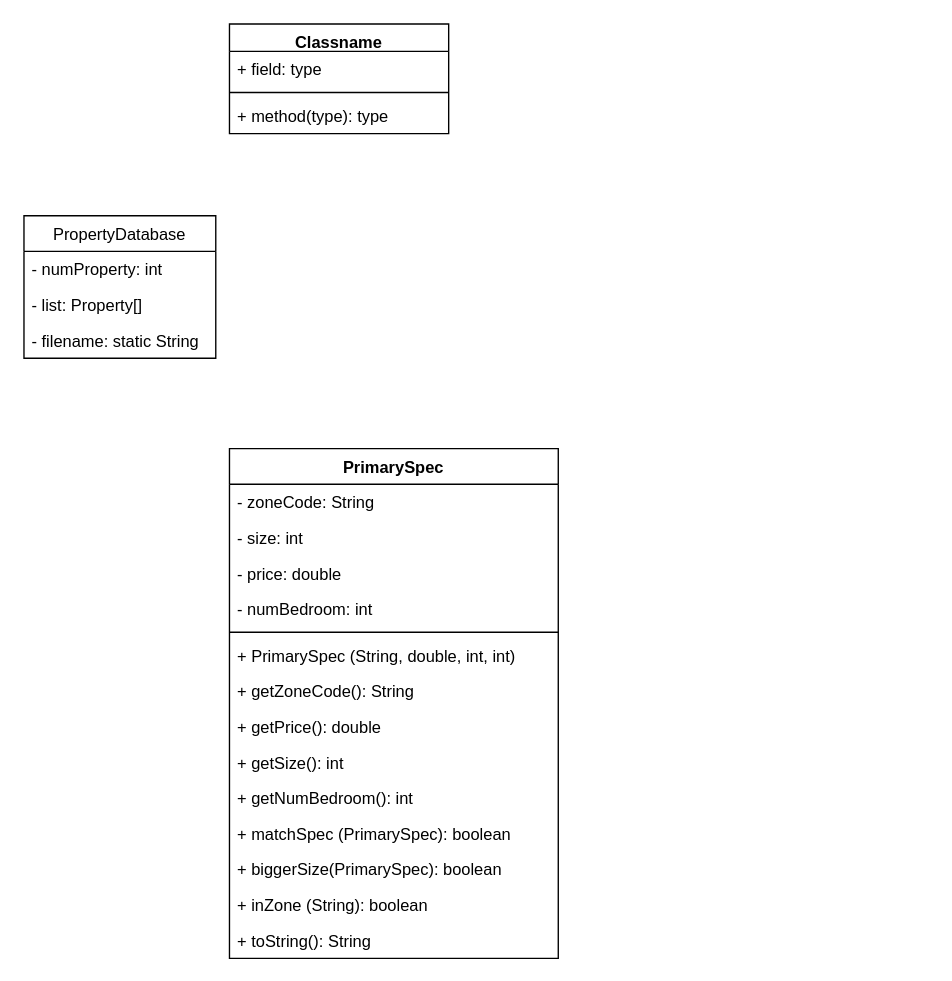
This is OOP/RealtyDatabase/RealtyDatabase.drawio from wang-owen/ICS4U, a draw.io file, before an edit. Source tidied: cells renumbered, new cells numbered last; positions are measured from the earlier drawing's top-left corner, leaving out a move shared by most shapes. Both pictures are drawn from the tidied source at 137%, with x=0, y=0 at pixel (23, 23).
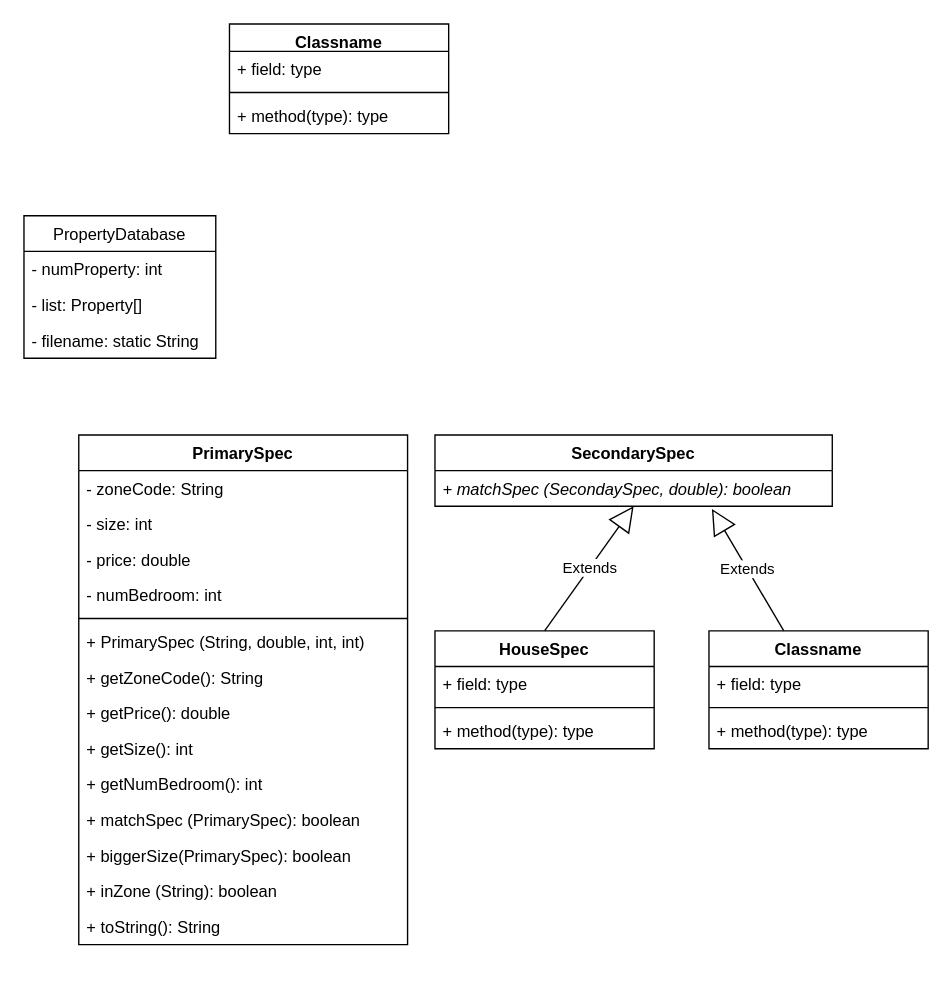
The same page after the edit.

Diff of the diagram source:
```diff
@@
     <mxCell id="2" value="PrimarySpec" style="swimlane;fontStyle=1;align=center;verticalAlign=top;horizontal=1;startSize=26;" parent="1" vertex="1">
-      <mxGeometry x="150" y="310" width="240" height="372" as="geometry" />
+      <mxGeometry x="40" y="300" width="240" height="372" as="geometry" />
     </mxCell>
@@
+    <mxCell id="25" value="SecondarySpec" style="swimlane;fontStyle=1;align=center;verticalAlign=top;horizontal=1;startSize=26;" parent="1" vertex="1">
+      <mxGeometry x="300" y="300" width="290" height="52" as="geometry" />
+    </mxCell>
+    <mxCell id="26" value="+ matchSpec (SecondaySpec, double): boolean" style="text;strokeColor=none;fillColor=none;align=left;verticalAlign=top;spacingLeft=4;spacingRight=4;overflow=hidden;points=[[0,0.5],[1,0.5]];portConstraint=eastwest;fontStyle=2;" parent="25" vertex="1">
+      <mxGeometry y="26" width="290" height="26" as="geometry" />
+    </mxCell>
@@
+    <mxCell id="27" value="HouseSpec" style="swimlane;fontStyle=1;align=center;verticalAlign=top;horizontal=1;startSize=26;" parent="1" vertex="1">
+      <mxGeometry x="300" y="443" width="160" height="86" as="geometry" />
+    </mxCell>
+    <mxCell id="28" value="+ field: type" style="text;strokeColor=none;fillColor=none;align=left;verticalAlign=top;spacingLeft=4;spacingRight=4;overflow=hidden;" parent="27" vertex="1">
+      <mxGeometry y="26" width="160" height="26" as="geometry" />
+    </mxCell>
+    <mxCell id="29" style="line;strokeWidth=1;fillColor=none;align=left;verticalAlign=middle;spacingTop=-1;spacingLeft=3;spacingRight=3;labelPosition=right;strokeColor=inherit;" parent="27" vertex="1">
+      <mxGeometry y="52" width="160" height="8" as="geometry" />
+    </mxCell>
+    <mxCell id="30" value="+ method(type): type" style="text;strokeColor=none;fillColor=none;align=left;verticalAlign=top;spacingLeft=4;spacingRight=4;overflow=hidden;" parent="27" vertex="1">
+      <mxGeometry y="60" width="160" height="26" as="geometry" />
+    </mxCell>
+    <mxCell id="31" value="Extends" style="endArrow=block;endSize=16;endFill=0;html=1;rounded=0;fillColor=#FFFFFF;exitX=0.5;exitY=0;exitDx=0;exitDy=0;entryX=0.5;entryY=1;entryDx=0;entryDy=0;" parent="1" edge="1" source="27" target="25">
+      <mxGeometry relative="1" as="geometry" />
+    </mxCell>
+    <mxCell id="32" value="Classname" style="swimlane;fontStyle=1;align=center;verticalAlign=top;horizontal=1;startSize=26;" parent="1" vertex="1">
+      <mxGeometry x="500" y="443" width="160" height="86" as="geometry" />
+    </mxCell>
+    <mxCell id="33" value="+ field: type" style="text;strokeColor=none;fillColor=none;align=left;verticalAlign=top;spacingLeft=4;spacingRight=4;overflow=hidden;" parent="32" vertex="1">
+      <mxGeometry y="26" width="160" height="26" as="geometry" />
+    </mxCell>
+    <mxCell id="34" style="line;strokeWidth=1;fillColor=none;align=left;verticalAlign=middle;spacingTop=-1;spacingLeft=3;spacingRight=3;labelPosition=right;strokeColor=inherit;" parent="32" vertex="1">
+      <mxGeometry y="52" width="160" height="8" as="geometry" />
+    </mxCell>
+    <mxCell id="35" value="+ method(type): type" style="text;strokeColor=none;fillColor=none;align=left;verticalAlign=top;spacingLeft=4;spacingRight=4;overflow=hidden;" parent="32" vertex="1">
+      <mxGeometry y="60" width="160" height="26" as="geometry" />
+    </mxCell>
+    <mxCell id="36" value="Extends" style="endArrow=block;endSize=16;endFill=0;html=1;rounded=0;fillColor=#FFFFFF;entryX=0.697;entryY=1.077;entryDx=0;entryDy=0;entryPerimeter=0;" parent="1" edge="1" source="32" target="26">
+      <mxGeometry relative="1" as="geometry" />
+    </mxCell>
```
